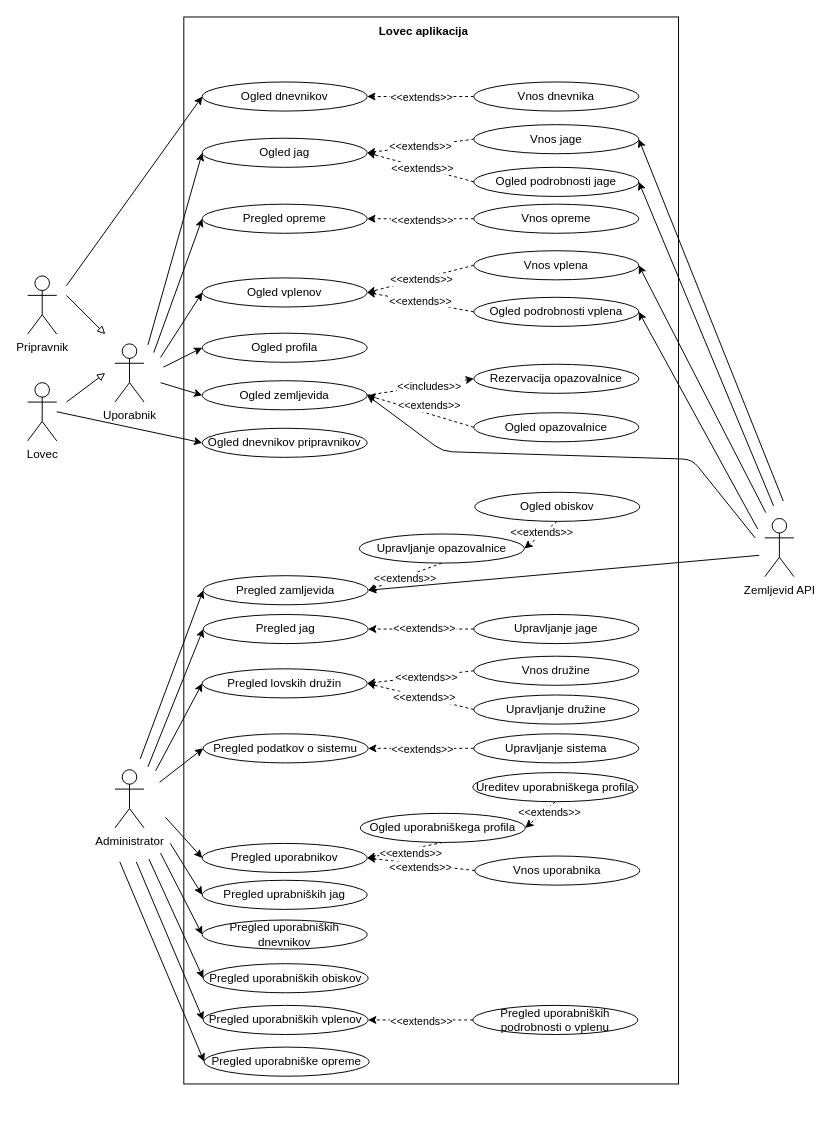
Above: docs/uml/dpu.drawio in janmerhar/lovec (draw.io), before the change. Source tidied: cells renumbered, new cells numbered last; positions are measured from the earlier drawing's top-left corner, leaving out a move shared by most shapes. Both pictures are drawn from the tidied source at 97%, with x=0, y=0 at pixel (27, 16).
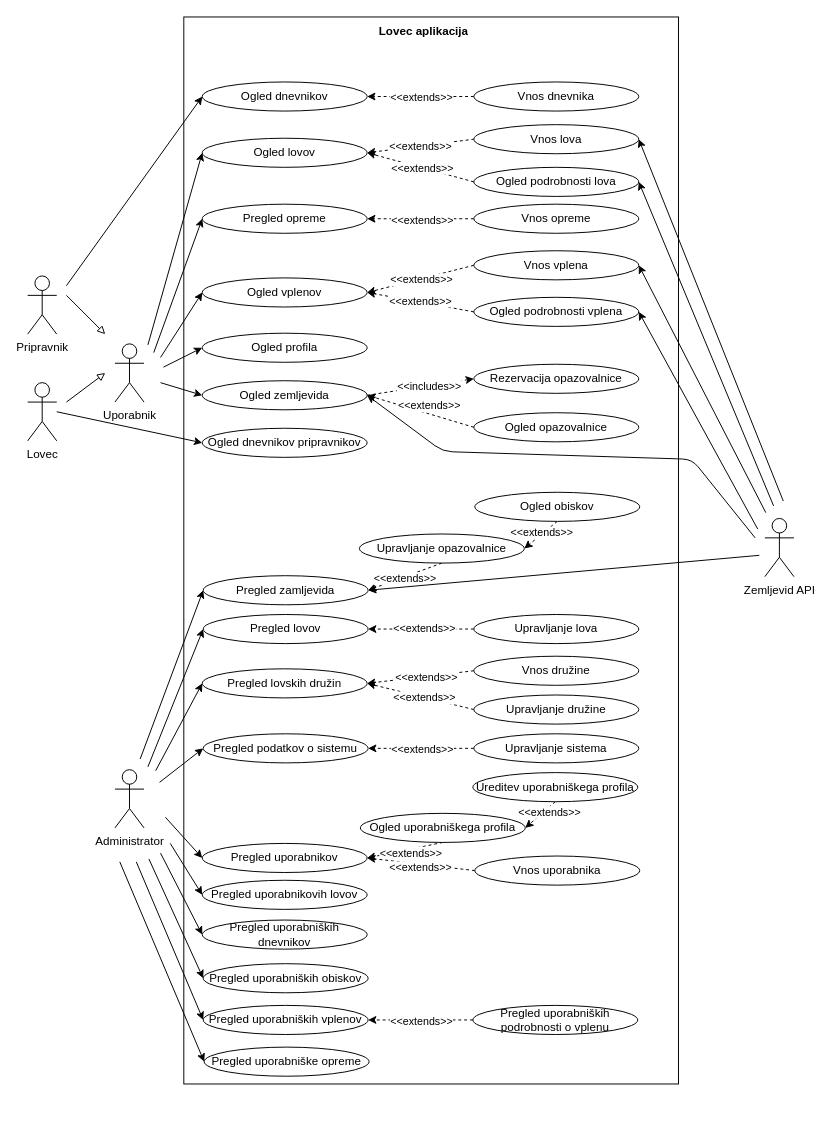
The same diagram, later.

Commit message:
Update dpu.drawio jaga -> lov rename

Unchanged cells that the change refers to:
```xml
<mxCell id="9" style="group;" parent="1" vertex="1">
  <mxGeometry x="160" y="27" width="510" height="1100" as="geometry" />
</mxCell>
```

Change to the diagram source:
```diff
@@
-    <mxCell id="18" value="Ogled jag" style="ellipse;whiteSpace=wrap;html=1;" parent="9" vertex="1">
+    <mxCell id="18" value="Ogled lovov" style="ellipse;whiteSpace=wrap;html=1;" parent="9" vertex="1">
       <mxGeometry x="20" y="98" width="170" height="30" as="geometry" />
     </mxCell>
-    <mxCell id="19" value="Vnos jage" style="ellipse;whiteSpace=wrap;html=1;" parent="9" vertex="1">
+    <mxCell id="19" value="Vnos lova" style="ellipse;whiteSpace=wrap;html=1;" parent="9" vertex="1">
       <mxGeometry x="300" y="84" width="170" height="30" as="geometry" />
     </mxCell>
@@
-    <mxCell id="41" value="Ogled podrobnosti jage" style="ellipse;whiteSpace=wrap;html=1;" parent="9" vertex="1">
+    <mxCell id="41" value="Ogled podrobnosti lova" style="ellipse;whiteSpace=wrap;html=1;" parent="9" vertex="1">
       <mxGeometry x="300" y="128" width="170" height="30" as="geometry" />
     </mxCell>
-    <mxCell id="42" value="Pregled jag" style="ellipse;whiteSpace=wrap;html=1;" parent="9" vertex="1">
+    <mxCell id="42" value="Pregled lovov" style="ellipse;whiteSpace=wrap;html=1;" parent="9" vertex="1">
       <mxGeometry x="21" y="589" width="170" height="30" as="geometry" />
     </mxCell>
@@
-    <mxCell id="52" value="Upravljanje jage" style="ellipse;whiteSpace=wrap;html=1;" parent="9" vertex="1">
+    <mxCell id="52" value="Upravljanje lova" style="ellipse;whiteSpace=wrap;html=1;" parent="9" vertex="1">
       <mxGeometry x="300" y="589" width="170" height="30" as="geometry" />
     </mxCell>
@@
-    <mxCell id="78" value="Pregled uprabniških jag" style="ellipse;whiteSpace=wrap;html=1;" parent="9" vertex="1">
+    <mxCell id="78" value="Pregled uporabnikovih lovov" style="ellipse;whiteSpace=wrap;html=1;" parent="9" vertex="1">
       <mxGeometry x="20" y="863" width="170" height="30" as="geometry" />
     </mxCell>
```
